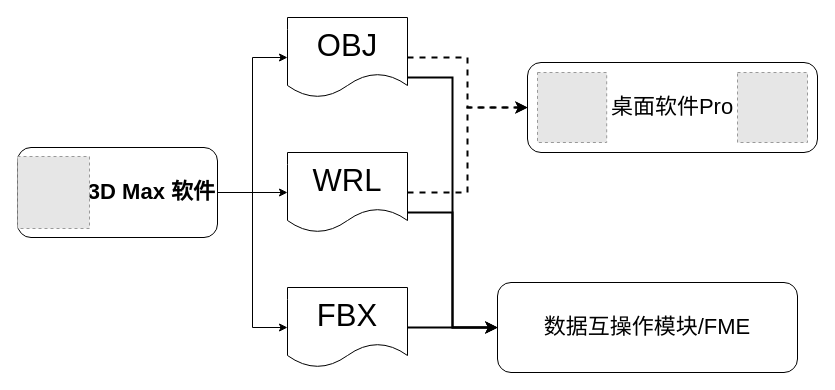
Earlier version of the draw.io diagram 三维/三维模型转换.drawio (wongJzzz/DrawIOnetDate). Source tidied: cells renumbered, new cells numbered last; positions are measured from the earlier drawing's top-left corner, leaving out a move shared by most shapes. Both pictures are drawn from the tidied source at 100%, with x=0, y=0 at pixel (17, 17). Pictures stored in the file or linked from it are replaced by grey dashed boxes.
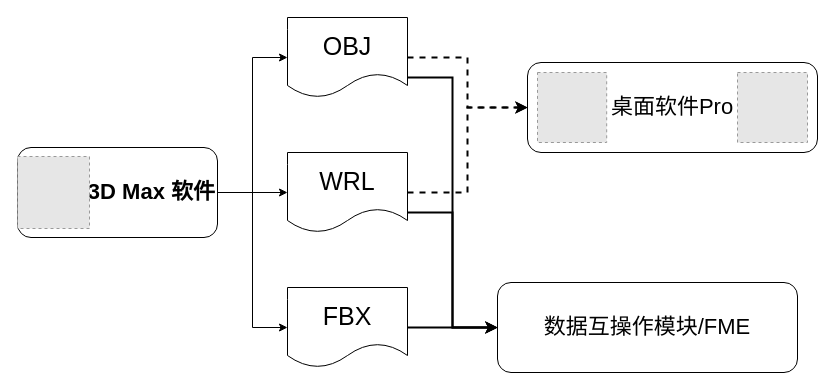
After the change.

Commit message (it also covers changes not shown here):
更新三维模型转换.drawio

What changed in the source:
```diff
@@
-    <mxCell id="8" value="OBJ" style="shape=document;whiteSpace=wrap;html=1;boundedLbl=1;fontSize=31;" parent="1" vertex="1">
+    <mxCell id="8" value="OBJ" style="shape=document;whiteSpace=wrap;html=1;boundedLbl=1;fontSize=25;" parent="1" vertex="1">
       <mxGeometry x="270" width="120" height="80" as="geometry" />
     </mxCell>
@@
-    <mxCell id="11" value="WRL" style="shape=document;whiteSpace=wrap;html=1;boundedLbl=1;fontSize=31;" parent="1" vertex="1">
+    <mxCell id="11" value="WRL" style="shape=document;whiteSpace=wrap;html=1;boundedLbl=1;fontSize=25;" parent="1" vertex="1">
       <mxGeometry x="270" y="135" width="120" height="80" as="geometry" />
     </mxCell>
@@
-    <mxCell id="13" value="FBX" style="shape=document;whiteSpace=wrap;html=1;boundedLbl=1;fontSize=31;" parent="1" vertex="1">
+    <mxCell id="13" value="FBX" style="shape=document;whiteSpace=wrap;html=1;boundedLbl=1;fontSize=25;" parent="1" vertex="1">
       <mxGeometry x="270" y="270" width="120" height="80" as="geometry" />
     </mxCell>
```
